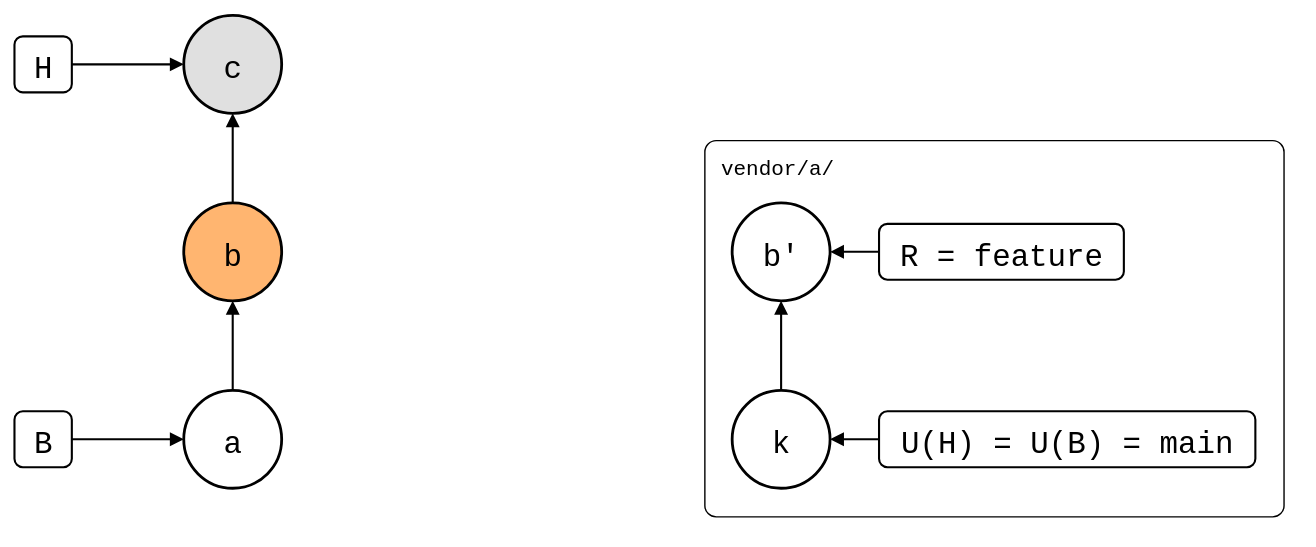
roschaefer/git-splice keeps this draw.io diagram as test/scenarios/03-branches-and-teamwork/01-feature-branch-unchanged/01-feature-branch-changed/01-stacked-branch/stacked-branch.drawio.svg. Above is the earlier version. Source tidied: cells renumbered, new cells last; positions are measured from the earlier drawing's top-left corner, leaving out a move shared by most shapes.
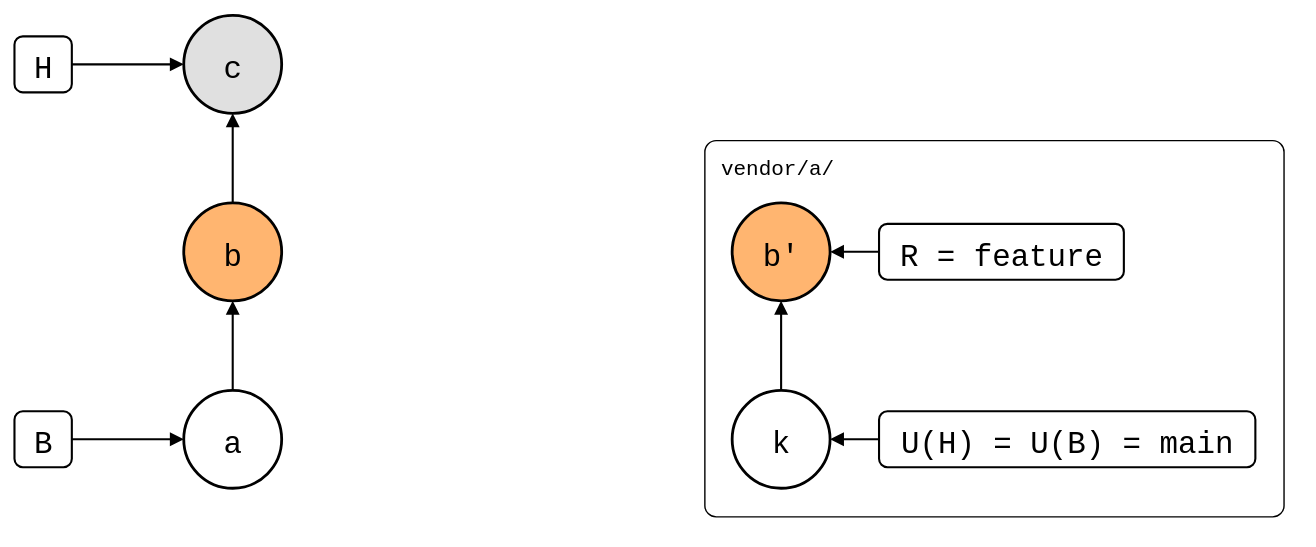
The same diagram one commit later.

Change to the diagram source:
```diff
@@ -17,7 +17,7 @@
     <mxCell id="6" value="k" style="ellipse;strokeWidth=2;fontSize=22;fontFamily=Roboto Mono,monospace;" parent="1" vertex="1">
       <mxGeometry x="513" y="268" width="70" height="70" as="geometry" />
     </mxCell>
-    <mxCell id="7" value="b'" style="ellipse;strokeWidth=2;fontSize=22;fontFamily=Roboto Mono,monospace;" parent="1" vertex="1">
+    <mxCell id="7" value="b'" style="ellipse;strokeWidth=2;fontSize=22;fontFamily=Roboto Mono,monospace;fillColor=#FFB570;" parent="1" vertex="1">
       <mxGeometry x="513" y="134" width="70" height="70" as="geometry" />
     </mxCell>
     <mxCell id="8" value="H" style="rounded=1;strokeWidth=1.5;fontSize=22;fontFamily=Roboto Mono,monospace;" parent="1" vertex="1">
```
